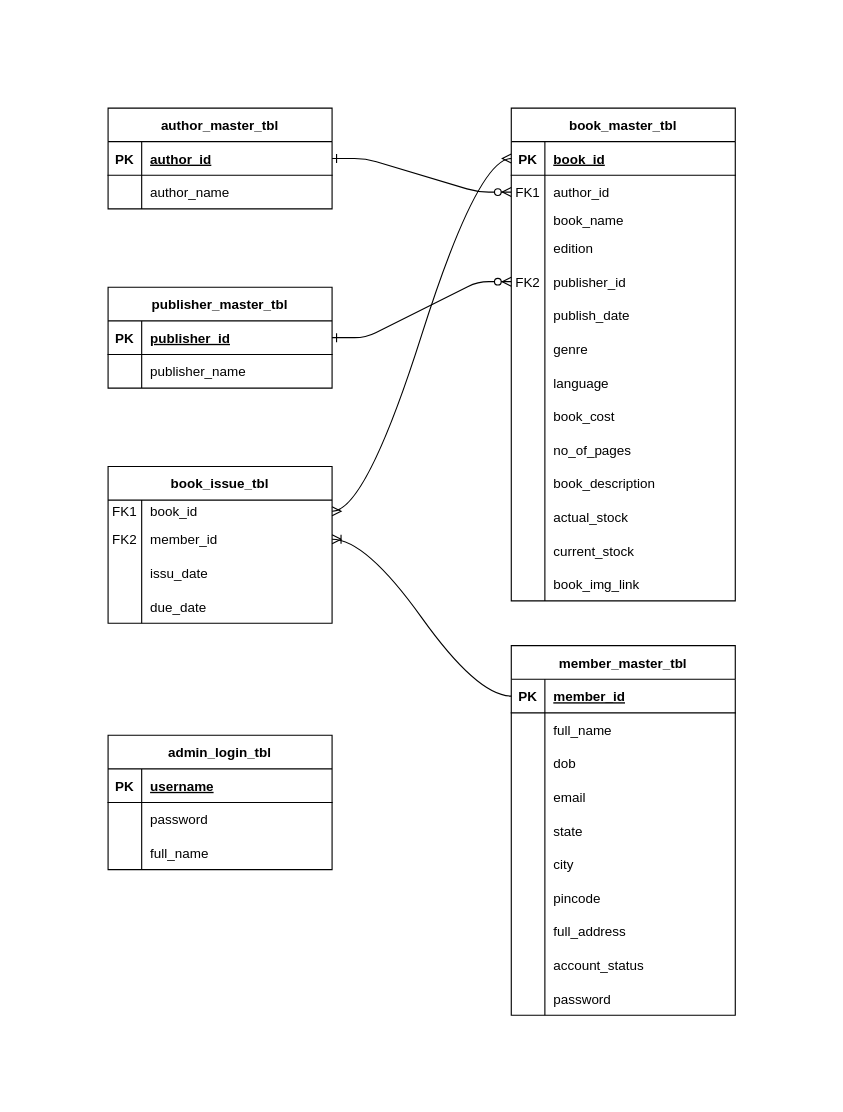
Earlier version of the draw.io diagram Untitled Diagram.drawio (Ezzalarab/C-Sharp-HW). Source tidied: cells renumbered, new cells numbered last; positions are measured from the earlier drawing's top-left corner, leaving out a move shared by most shapes. Both pictures are drawn from the tidied source at 112%, with x=0, y=0 at pixel (108, 108).
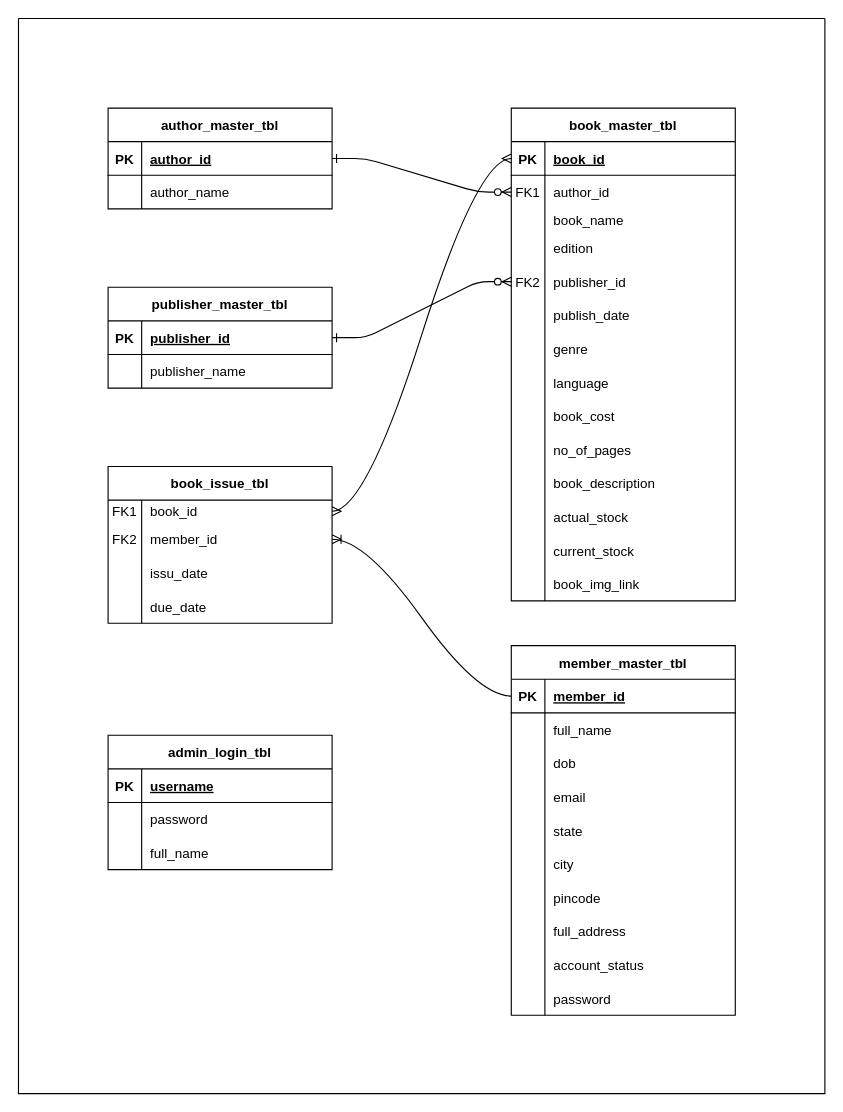
After the change.

Change to the diagram source:
```diff
@@
+    <mxCell id="117" style="swimlane;startSize=0;strokeColor=#000000;" parent="1" vertex="1">
+      <mxGeometry x="-80" y="-80" width="720" height="960" as="geometry" />
+    </mxCell>
```
